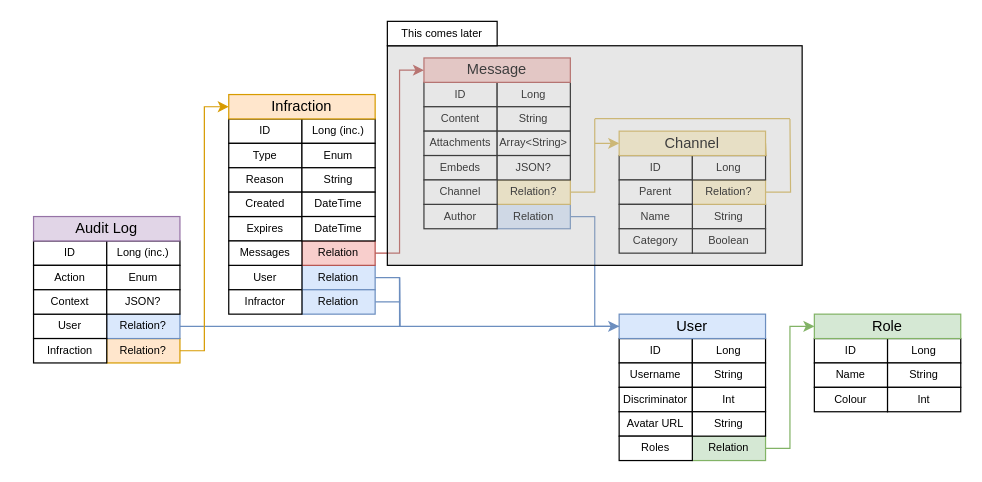
Kotlin-Discord/database keeps this draw.io diagram as design/models.drawio. Above is the earlier version. Source tidied: cells renumbered, new cells numbered last; positions are measured from the earlier drawing's top-left corner, leaving out a move shared by most shapes. Both pictures are drawn from the tidied source at 122%, with x=0, y=0 at pixel (33, 21).
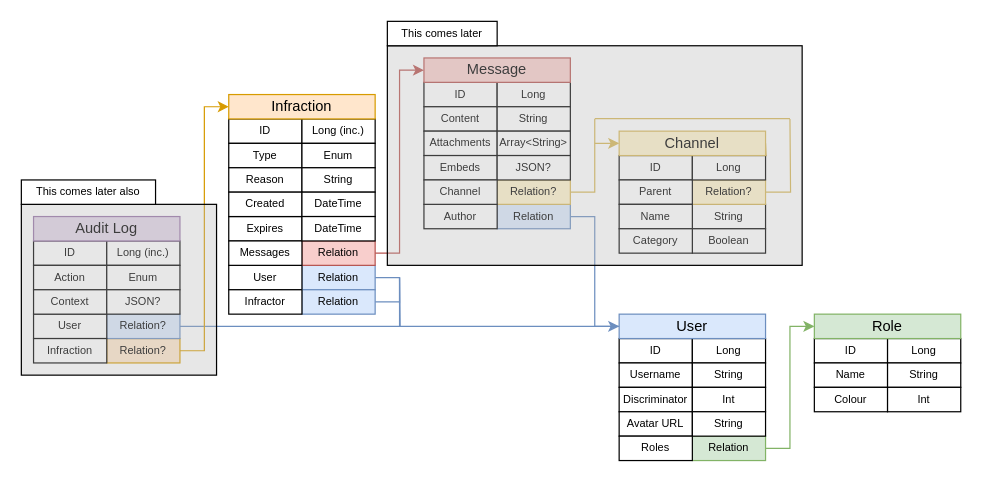
The same page after the edit.

What changed in the source:
```diff
@@
+    <mxCell id="84" style="rounded=0;whiteSpace=wrap;html=1;fontSize=9;fillColor=#B8B8B855;" parent="1" vertex="1">
+      <mxGeometry x="-10" y="150" width="160" height="140" as="geometry" />
+    </mxCell>
+    <mxCell id="85" value="This comes later also" style="rounded=0;whiteSpace=wrap;html=1;fontSize=9;" parent="1" vertex="1">
+      <mxGeometry x="-10" y="130" width="110" height="20" as="geometry" />
+    </mxCell>
```
